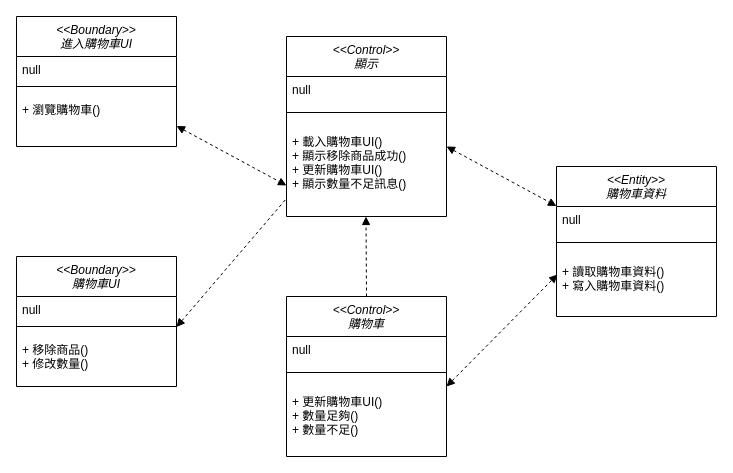
odcs0320/blog keeps this draw.io diagram as 購物車類別圖0515.drawio. Above is the earlier version. Source tidied: cells renumbered, new cells numbered last; positions are measured from the earlier drawing's top-left corner, leaving out a move shared by most shapes. Both pictures are drawn from the tidied source at 100%, with x=0, y=0 at pixel (16, 16).
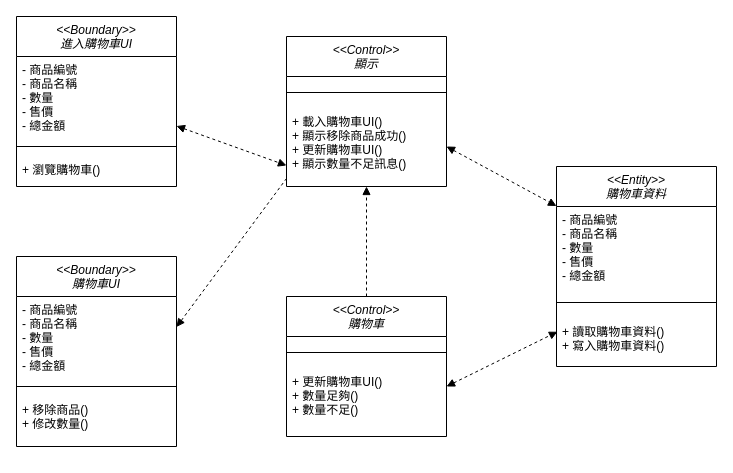
The same page after the edit.

Commit message:
更新購物車類別圖0515.drawio

Change to the diagram source:
```diff
@@
     <mxCell id="2" value="&lt;&lt;Boundary&gt;&gt;&#10;進入購物車UI" style="swimlane;fontStyle=2;align=center;verticalAlign=top;horizontal=1;startSize=40;rounded=0;shadow=0;strokeWidth=1;" parent="1" vertex="1">
-      <mxGeometry width="160" height="130" as="geometry" />
+      <mxGeometry width="160" height="170" as="geometry" />
     </mxCell>
-    <mxCell id="3" value="null" style="text;align=left;verticalAlign=top;spacingLeft=4;spacingRight=4;overflow=hidden;rounded=0;shadow=0;html=0;" parent="2" vertex="1">
-      <mxGeometry y="40" width="160" height="20" as="geometry" />
+    <mxCell id="3" value="- 商品編號&#10;- 商品名稱&#10;- 數量&#10;- 售價&#10;- 總金額" style="text;align=left;verticalAlign=top;spacingLeft=4;spacingRight=4;overflow=hidden;rounded=0;shadow=0;html=0;" parent="2" vertex="1">
+      <mxGeometry y="40" width="160" height="80" as="geometry" />
     </mxCell>
     <mxCell id="4" style="line;html=1;strokeWidth=1;align=left;verticalAlign=middle;spacingTop=-1;spacingLeft=3;spacingRight=3;labelPosition=right;" parent="2" vertex="1">
-      <mxGeometry y="60" width="160" height="20" as="geometry" />
+      <mxGeometry y="120" width="160" height="20" as="geometry" />
     </mxCell>
     <mxCell id="5" value="+ 瀏覽購物車()&#10;" style="text;align=left;verticalAlign=top;spacingLeft=4;spacingRight=4;overflow=hidden;rounded=0;shadow=0;html=0;" parent="2" vertex="1">
-      <mxGeometry y="80" width="160" height="38" as="geometry" />
+      <mxGeometry y="140" width="160" height="30" as="geometry" />
     </mxCell>
     <mxCell id="6" value="&lt;&lt;Boundary&gt;&gt;&#10;購物車UI" style="swimlane;fontStyle=2;align=center;verticalAlign=top;horizontal=1;startSize=40;rounded=0;shadow=0;strokeWidth=1;" parent="1" vertex="1">
-      <mxGeometry y="240" width="160" height="130" as="geometry" />
+      <mxGeometry y="240" width="160" height="190" as="geometry" />
     </mxCell>
-    <mxCell id="7" value="null" style="text;align=left;verticalAlign=top;spacingLeft=4;spacingRight=4;overflow=hidden;rounded=0;shadow=0;html=0;" parent="6" vertex="1">
-      <mxGeometry y="40" width="160" height="20" as="geometry" />
+    <mxCell id="7" value="- 商品編號&#10;- 商品名稱&#10;- 數量&#10;- 售價&#10;- 總金額" style="text;align=left;verticalAlign=top;spacingLeft=4;spacingRight=4;overflow=hidden;rounded=0;shadow=0;html=0;" parent="6" vertex="1">
+      <mxGeometry y="40" width="160" height="80" as="geometry" />
     </mxCell>
     <mxCell id="8" style="line;html=1;strokeWidth=1;align=left;verticalAlign=middle;spacingTop=-1;spacingLeft=3;spacingRight=3;labelPosition=right;" parent="6" vertex="1">
-      <mxGeometry y="60" width="160" height="20" as="geometry" />
+      <mxGeometry y="120" width="160" height="20" as="geometry" />
     </mxCell>
     <mxCell id="9" value="+ 移除商品()&#10;+ 修改數量()&#10;" style="text;align=left;verticalAlign=top;spacingLeft=4;spacingRight=4;overflow=hidden;rounded=0;shadow=0;html=0;" parent="6" vertex="1">
-      <mxGeometry y="80" width="160" height="38" as="geometry" />
+      <mxGeometry y="140" width="160" height="38" as="geometry" />
     </mxCell>
     <mxCell id="10" value="&lt;&lt;Control&gt;&gt;&#10;顯示" style="swimlane;fontStyle=2;align=center;verticalAlign=top;horizontal=1;startSize=40;rounded=0;shadow=0;strokeWidth=1;" parent="1" vertex="1">
-      <mxGeometry x="270" y="20" width="160" height="180" as="geometry" />
+      <mxGeometry x="270" y="20" width="160" height="150" as="geometry" />
     </mxCell>
-    <mxCell id="11" value="null" style="text;align=left;verticalAlign=top;spacingLeft=4;spacingRight=4;overflow=hidden;rounded=0;shadow=0;html=0;" parent="10" vertex="1">
-      <mxGeometry y="40" width="160" height="20" as="geometry" />
-    </mxCell>
     <mxCell id="12" style="line;html=1;strokeWidth=1;align=left;verticalAlign=middle;spacingTop=-1;spacingLeft=3;spacingRight=3;labelPosition=right;" parent="10" vertex="1">
-      <mxGeometry y="60" width="160" height="32" as="geometry" />
+      <mxGeometry y="40" width="160" height="32" as="geometry" />
     </mxCell>
     <mxCell id="13" value="+ 載入購物車UI()&#10;+ 顯示移除商品成功()&#10;+ 更新購物車UI()&#10;+ 顯示數量不足訊息()" style="text;align=left;verticalAlign=top;spacingLeft=4;spacingRight=4;overflow=hidden;points=[[0,0.5],[1,0.5]];portConstraint=eastwest;rounded=0;shadow=0;html=0;" parent="10" vertex="1">
-      <mxGeometry y="92" width="160" height="68" as="geometry" />
+      <mxGeometry y="72" width="160" height="68" as="geometry" />
     </mxCell>
     <mxCell id="14" value="&lt;&lt;Control&gt;&gt;&#10;購物車" style="swimlane;fontStyle=2;align=center;verticalAlign=top;horizontal=1;startSize=40;rounded=0;shadow=0;strokeWidth=1;" parent="1" vertex="1">
-      <mxGeometry x="270" y="280" width="160" height="160" as="geometry" />
+      <mxGeometry x="270" y="280" width="160" height="140" as="geometry" />
     </mxCell>
-    <mxCell id="15" value="null" style="text;align=left;verticalAlign=top;spacingLeft=4;spacingRight=4;overflow=hidden;rounded=0;shadow=0;html=0;" parent="14" vertex="1">
-      <mxGeometry y="40" width="160" height="20" as="geometry" />
-    </mxCell>
     <mxCell id="16" style="line;html=1;strokeWidth=1;align=left;verticalAlign=middle;spacingTop=-1;spacingLeft=3;spacingRight=3;labelPosition=right;" parent="14" vertex="1">
-      <mxGeometry y="60" width="160" height="32" as="geometry" />
+      <mxGeometry y="40" width="160" height="32" as="geometry" />
     </mxCell>
     <mxCell id="17" value="+ 更新購物車UI()&#10;+ 數量足夠()&#10;+ 數量不足()" style="text;align=left;verticalAlign=top;spacingLeft=4;spacingRight=4;overflow=hidden;rounded=0;shadow=0;html=0;" parent="14" vertex="1">
-      <mxGeometry y="92" width="160" height="68" as="geometry" />
+      <mxGeometry y="72" width="160" height="68" as="geometry" />
     </mxCell>
     <mxCell id="18" value="&lt;&lt;Entity&gt;&gt;&#10;購物車資料" style="swimlane;fontStyle=2;align=center;verticalAlign=top;horizontal=1;startSize=40;rounded=0;shadow=0;strokeWidth=1;" parent="1" vertex="1">
-      <mxGeometry x="540" y="150" width="160" height="150" as="geometry" />
+      <mxGeometry x="540" y="150" width="160" height="200" as="geometry" />
     </mxCell>
-    <mxCell id="19" value="null" style="text;align=left;verticalAlign=top;spacingLeft=4;spacingRight=4;overflow=hidden;rounded=0;shadow=0;html=0;" parent="18" vertex="1">
-      <mxGeometry y="40" width="160" height="20" as="geometry" />
+    <mxCell id="19" value="- 商品編號&#10;- 商品名稱&#10;- 數量&#10;- 售價&#10;- 總金額" style="text;align=left;verticalAlign=top;spacingLeft=4;spacingRight=4;overflow=hidden;rounded=0;shadow=0;html=0;" parent="18" vertex="1">
+      <mxGeometry y="40" width="160" height="80" as="geometry" />
     </mxCell>
     <mxCell id="20" style="line;html=1;strokeWidth=1;align=left;verticalAlign=middle;spacingTop=-1;spacingLeft=3;spacingRight=3;labelPosition=right;" parent="18" vertex="1">
-      <mxGeometry y="60" width="160" height="32" as="geometry" />
+      <mxGeometry y="120" width="160" height="32" as="geometry" />
     </mxCell>
     <mxCell id="21" value="+ 讀取購物車資料()&#10;+ 寫入購物車資料()" style="text;align=left;verticalAlign=top;spacingLeft=4;spacingRight=4;overflow=hidden;points=[[0,0.5],[1,0.5]];portConstraint=eastwest;rounded=0;shadow=0;html=0;" parent="18" vertex="1">
-      <mxGeometry y="92" width="160" height="58" as="geometry" />
+      <mxGeometry y="152" width="160" height="48" as="geometry" />
     </mxCell>
@@
-    <mxCell id="24" style="endArrow=block;startArrow=none;endFill=1;startFill=0;html=1;rounded=0;dashed=1;exitX=0.5;exitY=0;exitDx=0;exitDy=0;" parent="1" edge="1" source="14">
-      <mxGeometry relative="1" as="geometry">
-        <mxPoint x="349.5" y="200" as="targetPoint" />
-      </mxGeometry>
+    <mxCell id="24" style="endArrow=block;startArrow=none;endFill=1;startFill=0;html=1;rounded=0;dashed=1;exitX=0.5;exitY=0;exitDx=0;exitDy=0;entryX=0.5;entryY=1;entryDx=0;entryDy=0;" parent="1" edge="1" source="14" target="10">
+      <mxGeometry relative="1" as="geometry" />
     </mxCell>
```
